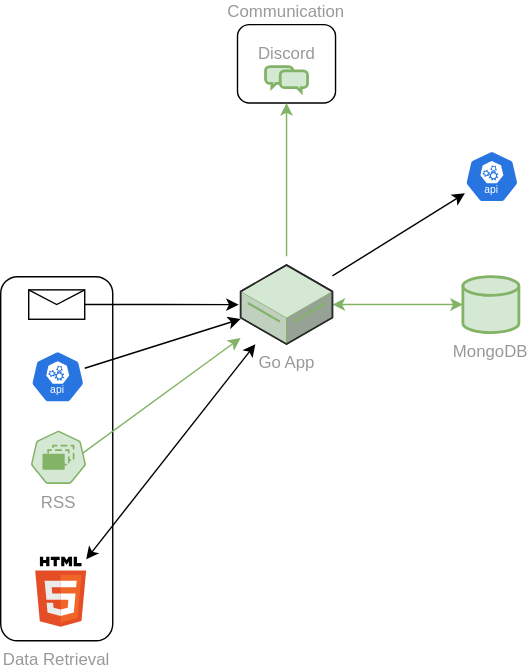
treestarsystems/job-funnel keeps this draw.io diagram as job-search.drawio.svg. Above is the earlier version. Source tidied: cells renumbered, new cells last; positions are measured from the earlier drawing's top-left corner, leaving out a move shared by most shapes.
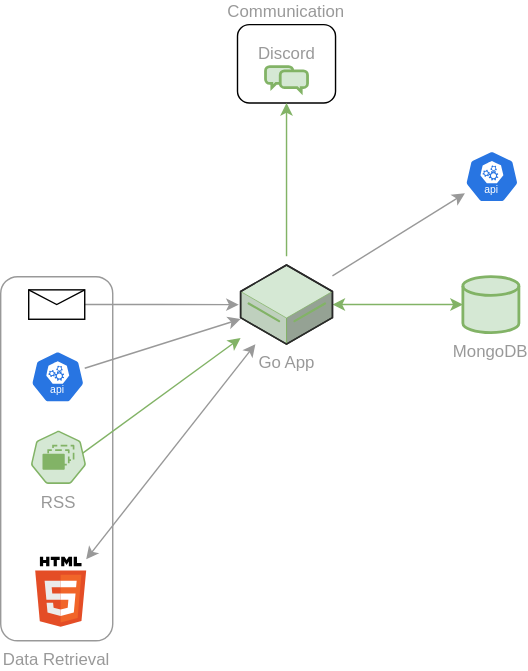
After the commit.

What changed in the source:
```diff
@@ -5,7 +5,7 @@
     <mxCell id="2" value="Communication" style="rounded=1;whiteSpace=wrap;html=1;fillColor=none;labelPosition=center;verticalLabelPosition=top;align=center;verticalAlign=bottom;fontColor=#999999;" parent="1" vertex="1">
       <mxGeometry x="169.1" width="70" height="56" as="geometry" />
     </mxCell>
-    <mxCell id="3" value="Data Retrieval" style="rounded=1;whiteSpace=wrap;html=1;fillColor=none;labelPosition=center;verticalLabelPosition=bottom;align=center;verticalAlign=top;fontColor=#999999;" parent="1" vertex="1">
+    <mxCell id="3" value="Data Retrieval" style="rounded=1;whiteSpace=wrap;html=1;fillColor=none;labelPosition=center;verticalLabelPosition=bottom;align=center;verticalAlign=top;fontColor=#999999;strokeColor=#999999;" parent="1" vertex="1">
       <mxGeometry y="180" width="80" height="260" as="geometry" />
     </mxCell>
     <mxCell id="4" style="rounded=0;jettySize=auto;html=1;fontColor=#999999;fillColor=#d5e8d4;strokeColor=#82b366;" parent="1" edge="1" target="2">
@@ -16,7 +16,7 @@
     <mxCell id="5" style="edgeStyle=orthogonalEdgeStyle;rounded=0;jettySize=auto;html=1;startArrow=classic;startFill=1;endArrow=classic;endFill=1;fontColor=#999999;fillColor=#d5e8d4;strokeColor=#82b366;" parent="1" edge="1" source="13" target="8">
       <mxGeometry relative="1" as="geometry" />
     </mxCell>
-    <mxCell id="6" style="edgeStyle=orthogonalEdgeStyle;rounded=0;jettySize=auto;html=1;fontColor=#999999;" parent="1" edge="1" source="16">
+    <mxCell id="6" style="edgeStyle=orthogonalEdgeStyle;rounded=0;jettySize=auto;html=1;fontColor=#999999;strokeColor=#999999;" parent="1" edge="1" source="16">
       <mxGeometry relative="1" as="geometry">
         <mxPoint x="170" y="200" as="targetPoint" />
       </mxGeometry>
@@ -27,7 +27,7 @@
     <mxCell id="8" value="MongoDB" style="strokeWidth=2;html=1;shape=mxgraph.flowchart.database;whiteSpace=wrap;labelPosition=center;verticalLabelPosition=bottom;align=center;verticalAlign=top;fillColor=#d5e8d4;strokeColor=#82b366;fontColor=#999999;" parent="1" vertex="1">
       <mxGeometry x="330" y="180" width="40" height="39.9" as="geometry" />
     </mxCell>
-    <mxCell id="9" style="rounded=0;jettySize=auto;html=1;startArrow=none;startFill=0;fontColor=#999999;" parent="1" edge="1" source="10" target="13">
+    <mxCell id="9" style="rounded=0;jettySize=auto;html=1;startArrow=none;startFill=0;fontColor=#999999;strokeColor=#999999;" parent="1" edge="1" source="10" target="13">
       <mxGeometry relative="1" as="geometry" />
     </mxCell>
     <mxCell id="10" style="sketch=0;html=1;dashed=0;whitespace=wrap;verticalLabelPosition=bottom;verticalAlign=top;fillColor=#2875E2;strokeColor=#ffffff;points=[[0.005,0.63,0],[0.1,0.2,0],[0.9,0.2,0],[0.5,0,0],[0.995,0.63,0],[0.72,0.99,0],[0.5,1,0],[0.28,0.99,0]];shape=mxgraph.kubernetes.icon2;kubernetesLabel=1;prIcon=api;fontColor=#999999;" parent="1" vertex="1">
@@ -42,7 +42,7 @@
     <mxCell id="13" value="Go App" style="verticalLabelPosition=bottom;html=1;verticalAlign=top;strokeWidth=1;align=center;outlineConnect=0;dashed=0;outlineConnect=0;shape=mxgraph.aws3d.dataServer;strokeColor=#82b366;fillColor=#d5e8d4;fontColor=#999999;" parent="1" vertex="1">
       <mxGeometry x="171.3" y="171.7" width="65.6" height="56.5" as="geometry" />
     </mxCell>
-    <mxCell id="14" style="rounded=0;jettySize=auto;html=1;startArrow=classic;startFill=1;fontColor=#999999;" parent="1" edge="1" source="15" target="13">
+    <mxCell id="14" style="rounded=0;jettySize=auto;html=1;startArrow=classic;startFill=1;fontColor=#999999;strokeColor=#999999;" parent="1" edge="1" source="15" target="13">
       <mxGeometry relative="1" as="geometry" />
     </mxCell>
     <mxCell id="15" style="dashed=0;outlineConnect=0;html=1;align=center;labelPosition=center;verticalLabelPosition=bottom;verticalAlign=top;shape=mxgraph.weblogos.html5;fontColor=#999999;" parent="1" vertex="1">
@@ -51,7 +51,7 @@
     <mxCell id="16" style="verticalLabelPosition=bottom;shadow=0;dashed=0;align=center;html=1;verticalAlign=top;strokeWidth=1;shape=mxgraph.mockup.misc.mail2;strokeColor=#000000;fontColor=#999999;" parent="1" vertex="1">
       <mxGeometry x="20" y="189.4" width="40" height="21" as="geometry" />
     </mxCell>
-    <mxCell id="17" style="rounded=0;jettySize=auto;html=1;startArrow=classic;startFill=1;endArrow=none;endFill=0;fontColor=#999999;" parent="1" edge="1" source="18" target="13">
+    <mxCell id="17" style="rounded=0;jettySize=auto;html=1;startArrow=classic;startFill=1;endArrow=none;endFill=0;fontColor=#999999;strokeColor=#999999;" parent="1" edge="1" source="18" target="13">
       <mxGeometry relative="1" as="geometry" />
     </mxCell>
     <mxCell id="18" style="sketch=0;html=1;dashed=0;whitespace=wrap;verticalLabelPosition=bottom;verticalAlign=top;fillColor=#2875E2;strokeColor=#ffffff;points=[[0.005,0.63,0],[0.1,0.2,0],[0.9,0.2,0],[0.5,0,0],[0.995,0.63,0],[0.72,0.99,0],[0.5,1,0],[0.28,0.99,0]];shape=mxgraph.kubernetes.icon2;kubernetesLabel=1;prIcon=api;fontColor=#999999;" parent="1" vertex="1">
```
